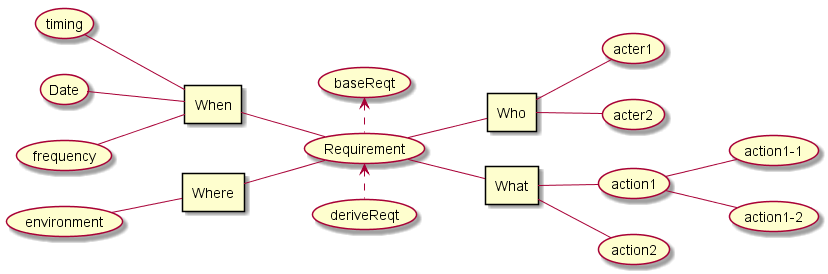
Before: doc/plantuml/sample/img/マインドマップ.png, a diagram exported from PlantUML (hirorich/CommonTool). Source of this version:
```plantuml
@startuml img\マインドマップ.png

left to right direction

rectangle When
rectangle Where
rectangle Who
rectangle What

When -- (Requirement)
Where -- (Requirement)
(Requirement) -- Who
(Requirement) -- What

(Requirement) <. (deriveReqt)
(baseReqt) <. (Requirement)



(timing) -- When
(Date) -- When
(frequency) -- When

(environment) -- Where

Who -- (acter1)
Who -- (acter2)

What -- (action1)
What -- (action2)
(action1) -- (action1-1)
(action1) -- (action1-2)

@enduml
```
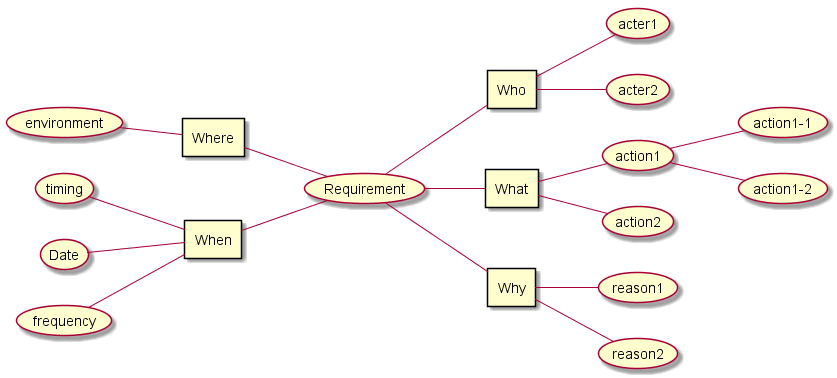
The same diagram one commit later.

Commit message:
要求図にWhy追加

Change to the diagram source:
```diff
@@ -6,14 +6,13 @@
 rectangle Where
 rectangle Who
 rectangle What
+rectangle Why
 
 When -- (Requirement)
 Where -- (Requirement)
 (Requirement) -- Who
+(Requirement) -- Why
 (Requirement) -- What
-
-(Requirement) <. (deriveReqt)
-(baseReqt) <. (Requirement)
 
 
 
@@ -26,6 +25,9 @@
 Who -- (acter1)
 Who -- (acter2)
 
+Why -- (reason1)
+Why -- (reason2)
+
 What -- (action1)
 What -- (action2)
 (action1) -- (action1-1)
```
